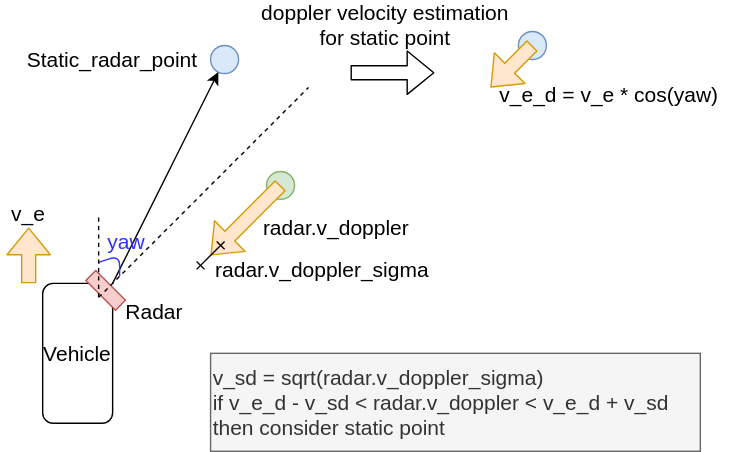
This is radar_static_pointcloud_filter/docs/radar_static_pointcloud_filter.drawio.svg from scepter914/my-autoware-workspace, a draw.io export, as it was before one commit. Source tidied: cells renumbered, new cells last; positions are measured from the earlier drawing's top-left corner, leaving out a move shared by most shapes. The source it was exported from:
```xml
<mxGraphModel>
  <root>
    <mxCell id="0" />
    <mxCell id="1" parent="0" />
    <mxCell id="2" style="ellipse;whiteSpace=wrap;html=1;fillColor=#dae8fc;strokeColor=#6c8ebf;" parent="1" vertex="1">
      <mxGeometry x="150" y="30" width="20" height="20" as="geometry" />
    </mxCell>
    <mxCell id="3" value="&lt;font style=&quot;font-size: 15px&quot;&gt;Vehicle&lt;/font&gt;" style="rounded=1;whiteSpace=wrap;html=1;" parent="1" vertex="1">
      <mxGeometry x="30" y="200" width="50" height="100" as="geometry" />
    </mxCell>
    <mxCell id="4" value="Static_radar_point" style="text;html=1;strokeColor=none;fillColor=none;align=center;verticalAlign=middle;whiteSpace=wrap;rounded=0;fontSize=15;" parent="1" vertex="1">
      <mxGeometry x="60" y="30" width="40" height="20" as="geometry" />
    </mxCell>
    <mxCell id="5" style="endArrow=classic;html=1;fontSize=15;" parent="1" edge="1" target="2">
      <mxGeometry relative="1" as="geometry">
        <mxPoint x="80" y="200" as="sourcePoint" />
      </mxGeometry>
    </mxCell>
    <mxCell id="6" style="rounded=0;whiteSpace=wrap;html=1;fillColor=#f8cecc;strokeColor=#b85450;rotation=45;" parent="1" vertex="1">
      <mxGeometry x="60" y="200" width="30" height="10" as="geometry" />
    </mxCell>
    <mxCell id="7" value="Radar" style="text;html=1;strokeColor=none;fillColor=none;align=center;verticalAlign=middle;whiteSpace=wrap;rounded=0;fontSize=15;" parent="1" vertex="1">
      <mxGeometry x="90" y="210" width="40" height="20" as="geometry" />
    </mxCell>
    <mxCell id="8" style="endArrow=none;html=1;fontSize=15;dashed=1;" parent="1" edge="1">
      <mxGeometry relative="1" as="geometry">
        <mxPoint x="70" y="210" as="sourcePoint" />
        <mxPoint x="220" y="60" as="targetPoint" />
      </mxGeometry>
    </mxCell>
    <mxCell id="9" style="shape=flexArrow;endArrow=classic;html=1;fontSize=15;fillColor=#ffe6cc;strokeColor=#d79b00;" parent="1" edge="1">
      <mxGeometry relative="1" as="geometry">
        <mxPoint x="20" y="200" as="sourcePoint" />
        <mxPoint x="20" y="160" as="targetPoint" />
      </mxGeometry>
    </mxCell>
    <mxCell id="10" value="v_e" style="text;html=1;strokeColor=none;fillColor=none;align=center;verticalAlign=middle;whiteSpace=wrap;rounded=0;fontSize=15;" parent="1" vertex="1">
      <mxGeometry y="140" width="40" height="20" as="geometry" />
    </mxCell>
    <mxCell id="11" style="shape=flexArrow;endArrow=classic;html=1;fontSize=15;" parent="1" edge="1">
      <mxGeometry relative="1" as="geometry">
        <mxPoint x="250" y="49.4" as="sourcePoint" />
        <mxPoint x="310" y="49.4" as="targetPoint" />
      </mxGeometry>
    </mxCell>
    <mxCell id="12" style="ellipse;whiteSpace=wrap;html=1;fillColor=#dae8fc;strokeColor=#6c8ebf;" parent="1" vertex="1">
      <mxGeometry x="370" y="20" width="20" height="20" as="geometry" />
    </mxCell>
    <mxCell id="13" style="shape=flexArrow;endArrow=classic;html=1;fontSize=15;fillColor=#ffe6cc;strokeColor=#d79b00;" parent="1" edge="1">
      <mxGeometry relative="1" as="geometry">
        <mxPoint x="380" y="30" as="sourcePoint" />
        <mxPoint x="350" y="60" as="targetPoint" />
      </mxGeometry>
    </mxCell>
    <mxCell id="14" value="v_e_d = v_e * cos(yaw)" style="text;html=1;strokeColor=none;fillColor=none;align=center;verticalAlign=middle;whiteSpace=wrap;rounded=0;fontSize=15;" parent="1" vertex="1">
      <mxGeometry x="340" y="50" width="190" height="30" as="geometry" />
    </mxCell>
    <mxCell id="15" style="endArrow=none;html=1;fontSize=15;fontColor=#3333FF;strokeColor=#3333FF;" parent="1" edge="1">
      <mxGeometry relative="1" as="geometry">
        <mxPoint x="70" y="185" as="sourcePoint" />
        <mxPoint x="85" y="195" as="targetPoint" />
        <Array as="points">
          <mxPoint x="85" y="180" />
        </Array>
      </mxGeometry>
    </mxCell>
    <mxCell id="16" value="yaw" style="text;html=1;strokeColor=none;fillColor=none;align=center;verticalAlign=middle;whiteSpace=wrap;rounded=0;fontSize=15;fontColor=#3333FF;" parent="1" vertex="1">
      <mxGeometry x="70" y="160" width="40" height="20" as="geometry" />
    </mxCell>
    <mxCell id="17" style="ellipse;whiteSpace=wrap;html=1;fillColor=#d5e8d4;strokeColor=#82b366;" parent="1" vertex="1">
      <mxGeometry x="190" y="120" width="20" height="20" as="geometry" />
    </mxCell>
    <mxCell id="18" style="shape=flexArrow;endArrow=classic;html=1;fontSize=15;fillColor=#ffe6cc;strokeColor=#d79b00;" parent="1" edge="1">
      <mxGeometry relative="1" as="geometry">
        <mxPoint x="200" y="130" as="sourcePoint" />
        <mxPoint x="150" y="180" as="targetPoint" />
      </mxGeometry>
    </mxCell>
    <mxCell id="19" value="radar.v_doppler" style="text;html=1;strokeColor=none;fillColor=none;align=center;verticalAlign=middle;whiteSpace=wrap;rounded=0;fontSize=15;" parent="1" vertex="1">
      <mxGeometry x="220" y="150" width="40" height="20" as="geometry" />
    </mxCell>
    <mxCell id="20" value="v_sd = sqrt(radar.v_doppler_sigma)&lt;br&gt;if v_e_d - v_sd&amp;nbsp;&amp;lt; radar.v_doppler &amp;lt; v_e_d + v_sd &lt;br&gt;&amp;nbsp; &amp;nbsp; &amp;nbsp;then consider static point" style="text;html=1;align=left;verticalAlign=middle;whiteSpace=wrap;rounded=0;fontSize=15;fillColor=#f5f5f5;strokeColor=#666666;fontColor=#333333;" parent="1" vertex="1">
      <mxGeometry x="150" y="250" width="350" height="70" as="geometry" />
    </mxCell>
    <mxCell id="21" style="endArrow=ERone;html=1;fontSize=15;startArrow=ERone;startFill=0;endFill=0;" parent="1" edge="1">
      <mxGeometry relative="1" as="geometry">
        <mxPoint x="140" y="190" as="sourcePoint" />
        <mxPoint x="160" y="170" as="targetPoint" />
      </mxGeometry>
    </mxCell>
    <mxCell id="22" value="radar.v_doppler_sigma" style="text;html=1;strokeColor=none;fillColor=none;align=center;verticalAlign=middle;whiteSpace=wrap;rounded=0;fontSize=15;" parent="1" vertex="1">
      <mxGeometry x="210" y="180" width="40" height="20" as="geometry" />
    </mxCell>
    <mxCell id="23" value="doppler velocity estimation for static point" style="text;html=1;strokeColor=none;fillColor=none;align=center;verticalAlign=middle;whiteSpace=wrap;rounded=0;fontSize=15;" parent="1" vertex="1">
      <mxGeometry x="180" width="190" height="30" as="geometry" />
    </mxCell>
    <mxCell id="24" style="endArrow=none;html=1;fontSize=15;dashed=1;" parent="1" edge="1">
      <mxGeometry relative="1" as="geometry">
        <mxPoint x="70" y="210" as="sourcePoint" />
        <mxPoint x="70" y="150" as="targetPoint" />
      </mxGeometry>
    </mxCell>
  </root>
</mxGraphModel>
```
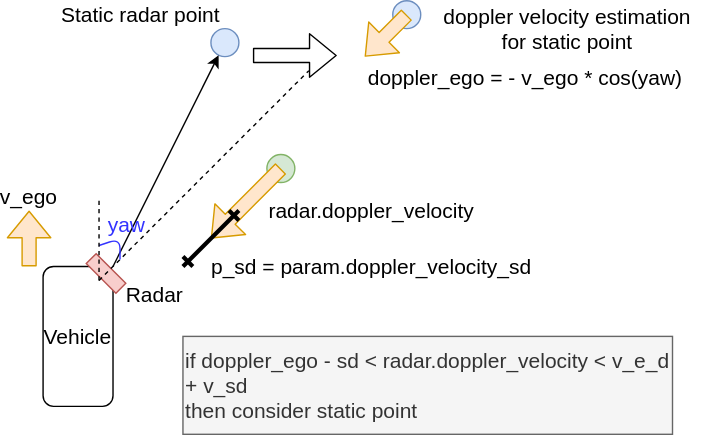
Later version of the same file.

What changed in the source:
```diff
@@ -8,8 +8,8 @@
     <mxCell id="3" value="&lt;font style=&quot;font-size: 15px&quot;&gt;Vehicle&lt;/font&gt;" style="rounded=1;whiteSpace=wrap;html=1;" parent="1" vertex="1">
       <mxGeometry x="30" y="200" width="50" height="100" as="geometry" />
     </mxCell>
-    <mxCell id="4" value="Static_radar_point" style="text;html=1;strokeColor=none;fillColor=none;align=center;verticalAlign=middle;whiteSpace=wrap;rounded=0;fontSize=15;" parent="1" vertex="1">
-      <mxGeometry x="60" y="30" width="40" height="20" as="geometry" />
+    <mxCell id="4" value="Static radar point" style="text;html=1;strokeColor=none;fillColor=none;align=center;verticalAlign=middle;whiteSpace=wrap;rounded=0;fontSize=15;" parent="1" vertex="1">
+      <mxGeometry x="30" y="10" width="140" height="20" as="geometry" />
     </mxCell>
     <mxCell id="5" style="endArrow=classic;html=1;fontSize=15;" parent="1" edge="1" target="2">
       <mxGeometry relative="1" as="geometry">
@@ -34,26 +34,26 @@
         <mxPoint x="20" y="160" as="targetPoint" />
       </mxGeometry>
     </mxCell>
-    <mxCell id="10" value="v_e" style="text;html=1;strokeColor=none;fillColor=none;align=center;verticalAlign=middle;whiteSpace=wrap;rounded=0;fontSize=15;" parent="1" vertex="1">
+    <mxCell id="10" value="v_ego" style="text;html=1;strokeColor=none;fillColor=none;align=center;verticalAlign=middle;whiteSpace=wrap;rounded=0;fontSize=15;" parent="1" vertex="1">
       <mxGeometry y="140" width="40" height="20" as="geometry" />
     </mxCell>
     <mxCell id="11" style="shape=flexArrow;endArrow=classic;html=1;fontSize=15;" parent="1" edge="1">
       <mxGeometry relative="1" as="geometry">
-        <mxPoint x="250" y="49.4" as="sourcePoint" />
-        <mxPoint x="310" y="49.4" as="targetPoint" />
+        <mxPoint x="180" y="49.2" as="sourcePoint" />
+        <mxPoint x="240" y="49.2" as="targetPoint" />
       </mxGeometry>
     </mxCell>
     <mxCell id="12" style="ellipse;whiteSpace=wrap;html=1;fillColor=#dae8fc;strokeColor=#6c8ebf;" parent="1" vertex="1">
-      <mxGeometry x="370" y="20" width="20" height="20" as="geometry" />
+      <mxGeometry x="280" y="10" width="20" height="20" as="geometry" />
     </mxCell>
     <mxCell id="13" style="shape=flexArrow;endArrow=classic;html=1;fontSize=15;fillColor=#ffe6cc;strokeColor=#d79b00;" parent="1" edge="1">
       <mxGeometry relative="1" as="geometry">
-        <mxPoint x="380" y="30" as="sourcePoint" />
-        <mxPoint x="350" y="60" as="targetPoint" />
+        <mxPoint x="290" y="20" as="sourcePoint" />
+        <mxPoint x="260" y="50" as="targetPoint" />
       </mxGeometry>
     </mxCell>
-    <mxCell id="14" value="v_e_d = v_e * cos(yaw)" style="text;html=1;strokeColor=none;fillColor=none;align=center;verticalAlign=middle;whiteSpace=wrap;rounded=0;fontSize=15;" parent="1" vertex="1">
-      <mxGeometry x="340" y="50" width="190" height="30" as="geometry" />
+    <mxCell id="14" value="doppler_ego = - v_ego * cos(yaw)" style="text;html=1;strokeColor=none;fillColor=none;align=center;verticalAlign=middle;whiteSpace=wrap;rounded=0;fontSize=15;" parent="1" vertex="1">
+      <mxGeometry x="250" y="50" width="250" height="30" as="geometry" />
     </mxCell>
     <mxCell id="15" style="endArrow=none;html=1;fontSize=15;fontColor=#3333FF;strokeColor=#3333FF;" parent="1" edge="1">
       <mxGeometry relative="1" as="geometry">
@@ -76,23 +76,23 @@
         <mxPoint x="150" y="180" as="targetPoint" />
       </mxGeometry>
     </mxCell>
-    <mxCell id="19" value="radar.v_doppler" style="text;html=1;strokeColor=none;fillColor=none;align=center;verticalAlign=middle;whiteSpace=wrap;rounded=0;fontSize=15;" parent="1" vertex="1">
-      <mxGeometry x="220" y="150" width="40" height="20" as="geometry" />
+    <mxCell id="19" value="radar.doppler_velocity" style="text;html=1;strokeColor=none;fillColor=none;align=center;verticalAlign=middle;whiteSpace=wrap;rounded=0;fontSize=15;" parent="1" vertex="1">
+      <mxGeometry x="180" y="150" width="170" height="20" as="geometry" />
     </mxCell>
-    <mxCell id="20" value="v_sd = sqrt(radar.v_doppler_sigma)&lt;br&gt;if v_e_d - v_sd&amp;nbsp;&amp;lt; radar.v_doppler &amp;lt; v_e_d + v_sd &lt;br&gt;&amp;nbsp; &amp;nbsp; &amp;nbsp;then consider static point" style="text;html=1;align=left;verticalAlign=middle;whiteSpace=wrap;rounded=0;fontSize=15;fillColor=#f5f5f5;strokeColor=#666666;fontColor=#333333;" parent="1" vertex="1">
-      <mxGeometry x="150" y="250" width="350" height="70" as="geometry" />
+    <mxCell id="20" value="if doppler_ego - sd &amp;lt; radar.doppler_velocity &amp;lt; v_e_d + v_sd &lt;br&gt;&amp;nbsp; &amp;nbsp; &amp;nbsp;then consider static point" style="text;html=1;align=left;verticalAlign=middle;whiteSpace=wrap;rounded=0;fontSize=15;fillColor=#f5f5f5;strokeColor=#666666;fontColor=#333333;" parent="1" vertex="1">
+      <mxGeometry x="130" y="250" width="350" height="70" as="geometry" />
     </mxCell>
-    <mxCell id="21" style="endArrow=ERone;html=1;fontSize=15;startArrow=ERone;startFill=0;endFill=0;" parent="1" edge="1">
+    <mxCell id="21" style="endArrow=ERone;html=1;fontSize=15;startArrow=ERone;startFill=0;endFill=0;strokeWidth=3;" parent="1" edge="1">
       <mxGeometry relative="1" as="geometry">
-        <mxPoint x="140" y="190" as="sourcePoint" />
-        <mxPoint x="160" y="170" as="targetPoint" />
+        <mxPoint x="130" y="200" as="sourcePoint" />
+        <mxPoint x="170" y="160" as="targetPoint" />
       </mxGeometry>
     </mxCell>
-    <mxCell id="22" value="radar.v_doppler_sigma" style="text;html=1;strokeColor=none;fillColor=none;align=center;verticalAlign=middle;whiteSpace=wrap;rounded=0;fontSize=15;" parent="1" vertex="1">
-      <mxGeometry x="210" y="180" width="40" height="20" as="geometry" />
+    <mxCell id="22" value="p_sd = param.doppler_velocity_sd" style="text;html=1;strokeColor=none;fillColor=none;align=center;verticalAlign=middle;whiteSpace=wrap;rounded=0;fontSize=15;" parent="1" vertex="1">
+      <mxGeometry x="140" y="190" width="250" height="20" as="geometry" />
     </mxCell>
     <mxCell id="23" value="doppler velocity estimation for static point" style="text;html=1;strokeColor=none;fillColor=none;align=center;verticalAlign=middle;whiteSpace=wrap;rounded=0;fontSize=15;" parent="1" vertex="1">
-      <mxGeometry x="180" width="190" height="30" as="geometry" />
+      <mxGeometry x="310" y="20" width="190" height="20" as="geometry" />
     </mxCell>
     <mxCell id="24" style="endArrow=none;html=1;fontSize=15;dashed=1;" parent="1" edge="1">
       <mxGeometry relative="1" as="geometry">
```
